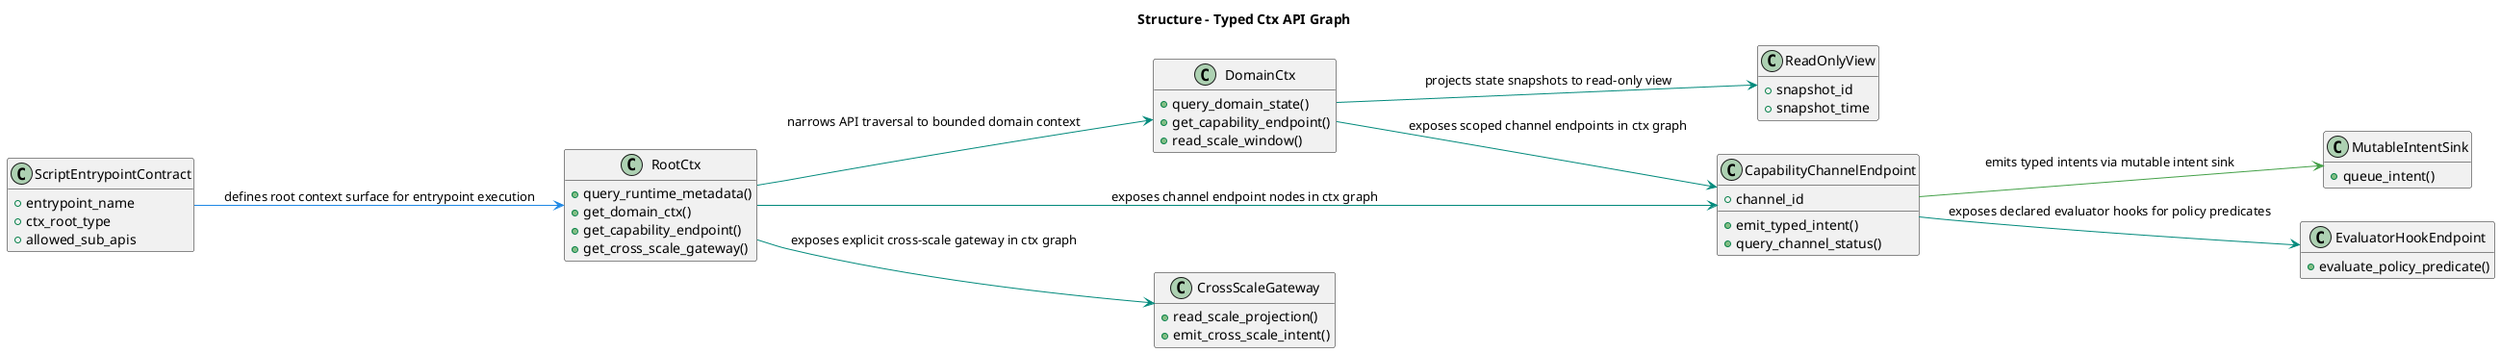
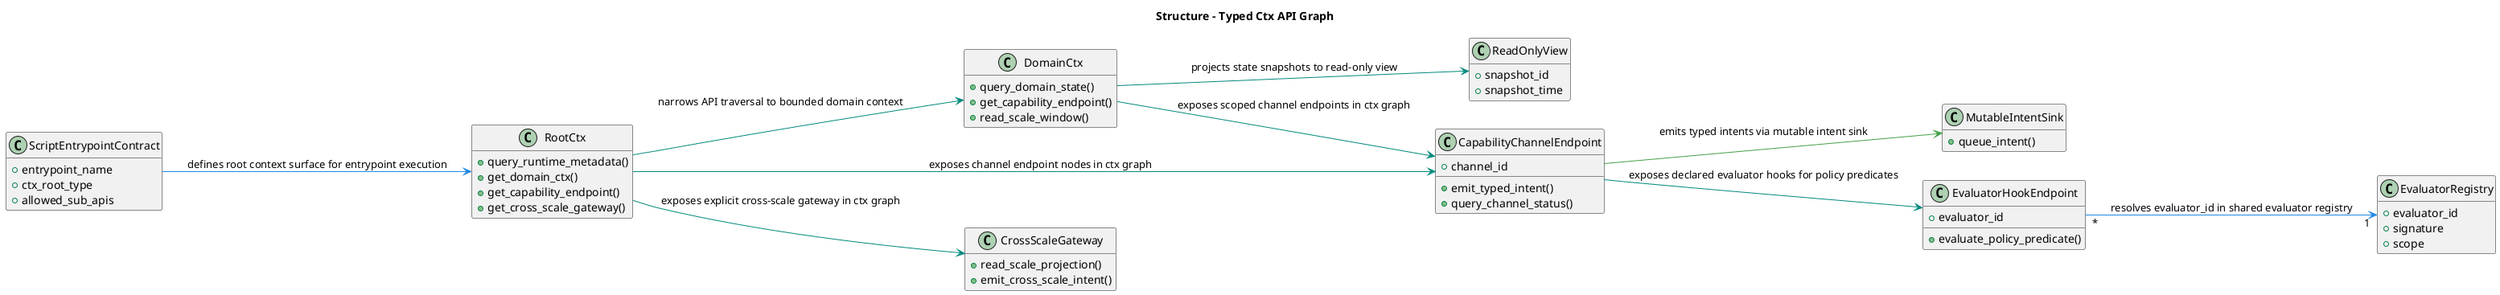
@startuml
title Structure - Typed Ctx API Graph
hide empty members
left to right direction

class ScriptEntrypointContract {
  +entrypoint_name
  +ctx_root_type
  +allowed_sub_apis
}

class RootCtx {
  +query_runtime_metadata()
  +get_domain_ctx()
  +get_capability_endpoint()
  +get_cross_scale_gateway()
}

class DomainCtx {
  +query_domain_state()
  +get_capability_endpoint()
  +read_scale_window()
}

class CapabilityChannelEndpoint {
  +channel_id
  +emit_typed_intent()
  +query_channel_status()
}

class ReadOnlyView {
  +snapshot_id
  +snapshot_time
}

class MutableIntentSink {
  +queue_intent()
}

class CrossScaleGateway {
  +read_scale_projection()
  +emit_cross_scale_intent()
}

class EvaluatorHookEndpoint {
+   +evaluator_id
  +evaluate_policy_predicate()
+ }
+ 
+ class EvaluatorRegistry {
+   +evaluator_id
+   +signature
+   +scope
}

ScriptEntrypointContract -[#1E88E5]-> RootCtx : defines root context surface for entrypoint execution
RootCtx -[#00897B]-> DomainCtx : narrows API traversal to bounded domain context
RootCtx -[#00897B]-> CapabilityChannelEndpoint : exposes channel endpoint nodes in ctx graph
DomainCtx -[#00897B]-> CapabilityChannelEndpoint : exposes scoped channel endpoints in ctx graph
RootCtx -[#00897B]-> CrossScaleGateway : exposes explicit cross-scale gateway in ctx graph
DomainCtx -[#00897B]-> ReadOnlyView : projects state snapshots to read-only view
CapabilityChannelEndpoint -[#43A047]-> MutableIntentSink : emits typed intents via mutable intent sink
CapabilityChannelEndpoint -[#00897B]-> EvaluatorHookEndpoint : exposes declared evaluator hooks for policy predicates
+ EvaluatorHookEndpoint "*" -[#1E88E5]-> "1" EvaluatorRegistry : resolves evaluator_id in shared evaluator registry
@enduml
